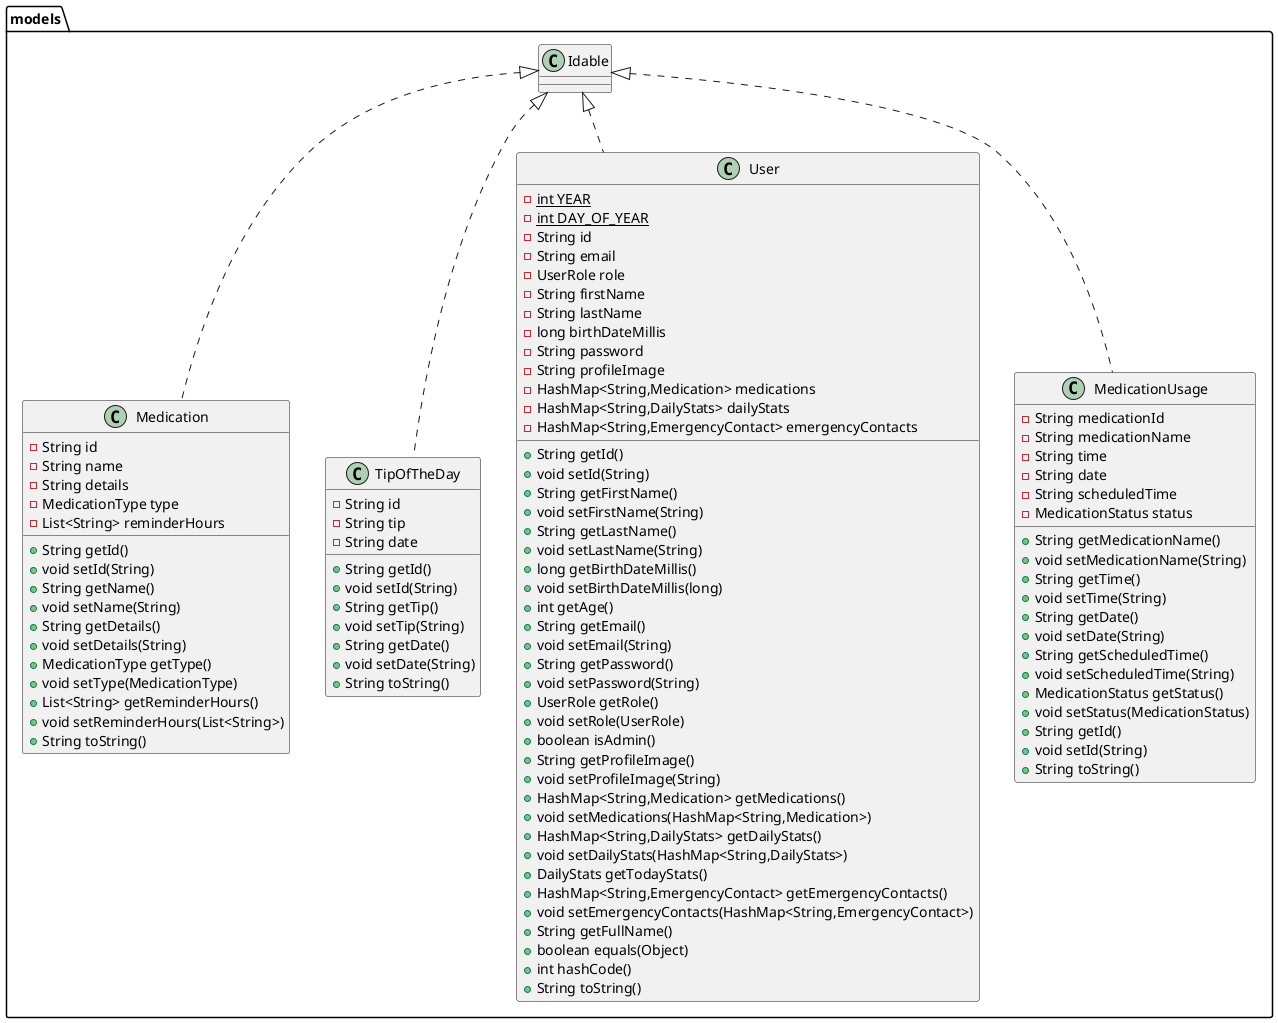
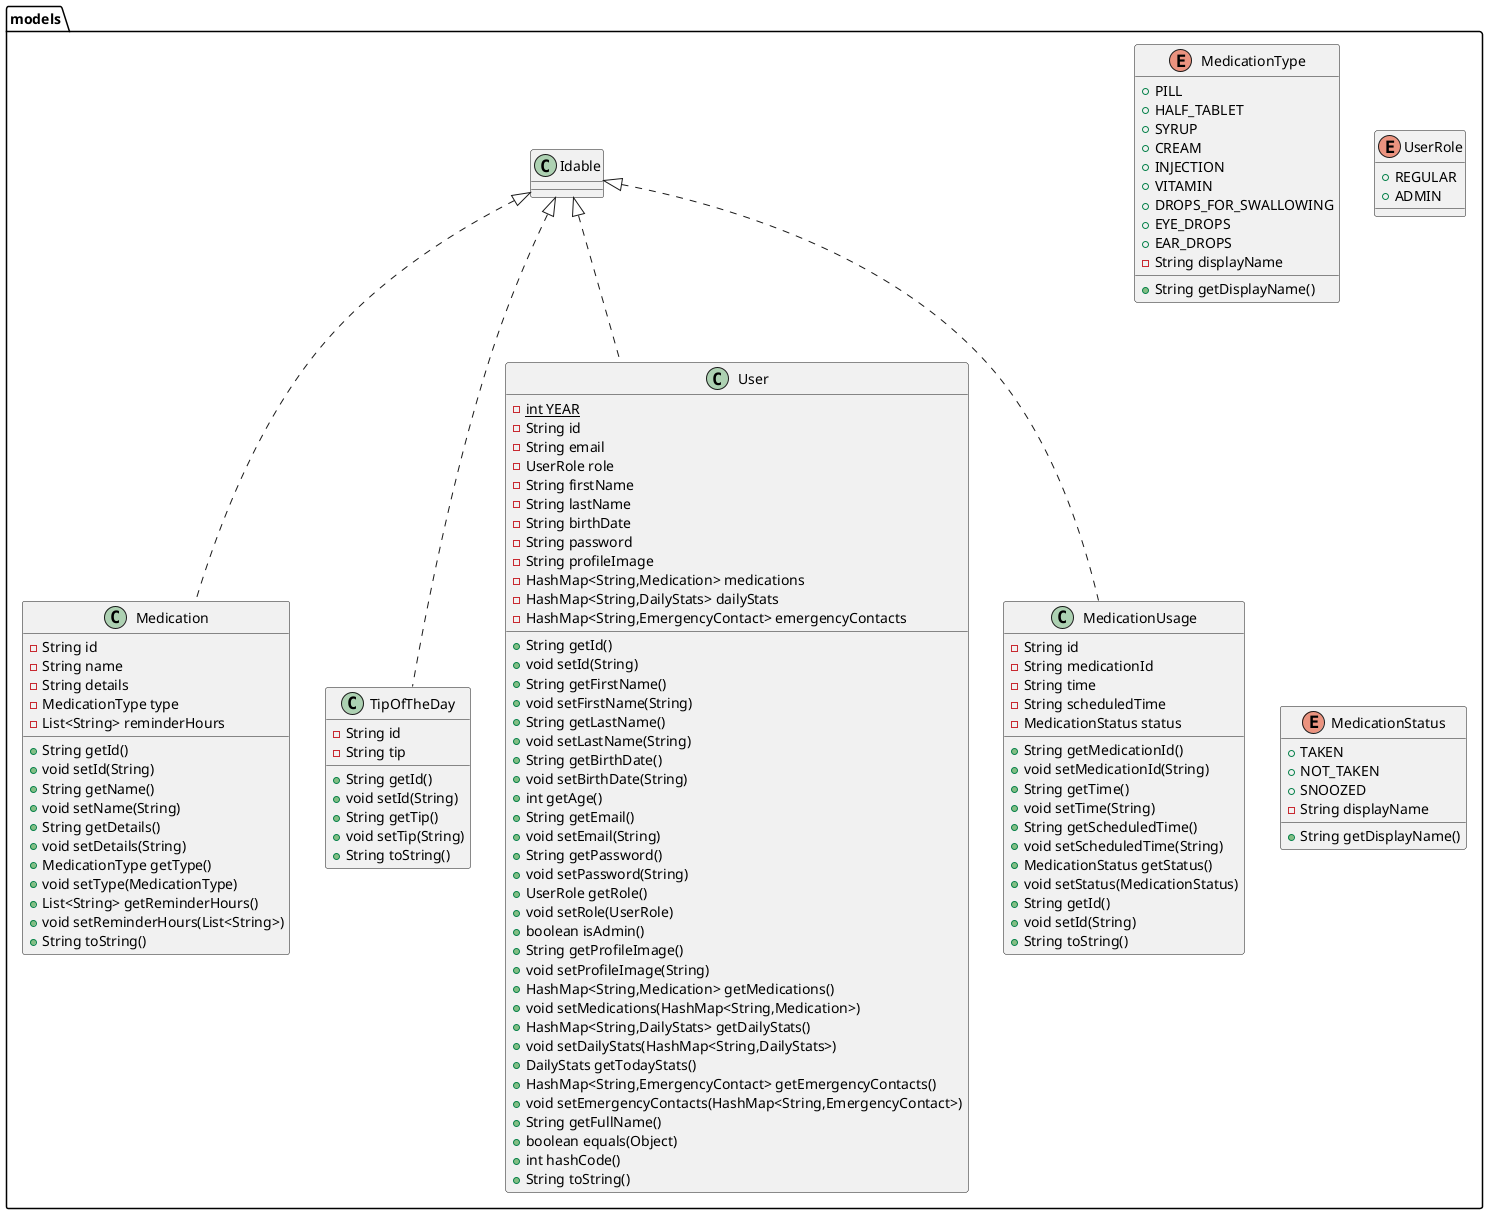
@startuml
class models.Medication {
- String id
- String name
- String details
- MedicationType type
- List<String> reminderHours
+ String getId()
+ void setId(String)
+ String getName()
+ void setName(String)
+ String getDetails()
+ void setDetails(String)
+ MedicationType getType()
+ void setType(MedicationType)
+ List<String> getReminderHours()
+ void setReminderHours(List<String>)
+ String toString()
}


+ enum models.MedicationType {
+ +  PILL
+ +  HALF_TABLET
+ +  SYRUP
+ +  CREAM
+ +  INJECTION
+ +  VITAMIN
+ +  DROPS_FOR_SWALLOWING
+ +  EYE_DROPS
+ +  EAR_DROPS
+ - String displayName
+ + String getDisplayName()
+ }
+ 
+ 
class models.TipOfTheDay {
- String id
- String tip
- - String date
+ String getId()
+ void setId(String)
+ String getTip()
+ void setTip(String)
- + String getDate()
- + void setDate(String)
+ String toString()
}


class models.User {
- {static} int YEAR
- - {static} int DAY_OF_YEAR
- String id
- String email
- UserRole role
- String firstName
- String lastName
- - long birthDateMillis
+ - String birthDate
- String password
- String profileImage
- HashMap<String,Medication> medications
- HashMap<String,DailyStats> dailyStats
- HashMap<String,EmergencyContact> emergencyContacts
+ String getId()
+ void setId(String)
+ String getFirstName()
+ void setFirstName(String)
+ String getLastName()
+ void setLastName(String)
- + long getBirthDateMillis()
- + void setBirthDateMillis(long)
+ + String getBirthDate()
+ + void setBirthDate(String)
+ int getAge()
+ String getEmail()
+ void setEmail(String)
+ String getPassword()
+ void setPassword(String)
+ UserRole getRole()
+ void setRole(UserRole)
+ boolean isAdmin()
+ String getProfileImage()
+ void setProfileImage(String)
+ HashMap<String,Medication> getMedications()
+ void setMedications(HashMap<String,Medication>)
+ HashMap<String,DailyStats> getDailyStats()
+ void setDailyStats(HashMap<String,DailyStats>)
+ DailyStats getTodayStats()
+ HashMap<String,EmergencyContact> getEmergencyContacts()
+ void setEmergencyContacts(HashMap<String,EmergencyContact>)
+ String getFullName()
+ boolean equals(Object)
+ int hashCode()
+ String toString()
}


+ enum models.UserRole {
+ +  REGULAR
+ +  ADMIN
+ }
+ 
class models.MedicationUsage {
+ - String id
- String medicationId
- - String medicationName
- String time
- - String date
- String scheduledTime
- MedicationStatus status
- + String getMedicationName()
- + void setMedicationName(String)
+ + String getMedicationId()
+ + void setMedicationId(String)
+ String getTime()
+ void setTime(String)
- + String getDate()
- + void setDate(String)
+ String getScheduledTime()
+ void setScheduledTime(String)
+ MedicationStatus getStatus()
+ void setStatus(MedicationStatus)
+ String getId()
+ void setId(String)
+ String toString()
}


+ enum models.MedicationStatus {
+ +  TAKEN
+ +  NOT_TAKEN
+ +  SNOOZED
+ - String displayName
+ + String getDisplayName()
+ }
+ 
+ 


models.Idable <|.. models.Medication
models.Idable <|.. models.TipOfTheDay
models.Idable <|.. models.User
models.Idable <|.. models.MedicationUsage
- @enduml
+ @enduml